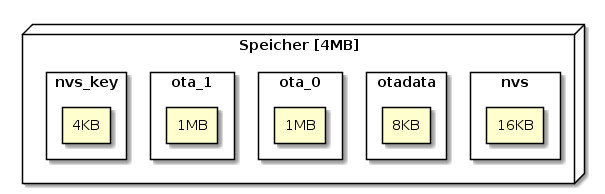
Above: Theorie/diagrams/partition_table.png in TimUntersberger/Diplomarbeit (PlantUML), before the change. Source of this version:
```plantuml
@startuml
node "Speicher [4MB]" {
  rectangle nvs {
    rectangle 16KB
  }
  rectangle otadata {
    rectangle 8KB
  }
  rectangle ota_0{
    rectangle "1MB" as e1
  }
  rectangle ota_1{
    rectangle "1MB" as e2
  }
  rectangle nvs_key{
    rectangle 4KB
  }
}
@enduml
```
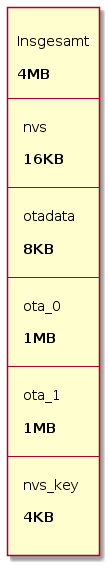
Later version of the same file.

The edit, as a diff of the source:
```diff
@@ -1,19 +1,39 @@
 @startuml
-node "Speicher [4MB]" {
-  rectangle nvs {
-    rectangle 16KB
-  }
-  rectangle otadata {
-    rectangle 8KB
-  }
-  rectangle ota_0{
-    rectangle "1MB" as e1
-  }
-  rectangle ota_1{
-    rectangle "1MB" as e2
-  }
-  rectangle nvs_key{
-    rectangle 4KB
-  }
-}
+agent Speicher [
+
+Insgesamt
+
+<b>4MB
+
+---
+
+nvs
+
+<b>16KB
+
+--
+
+otadata
+
+<b>8KB
+
+--
+
+ota_0
+
+<b>1MB
+
+--
+
+ota_1
+
+<b>1MB
+
+--
+
+nvs_key
+
+<b>4KB
+
+]
 @enduml
```
